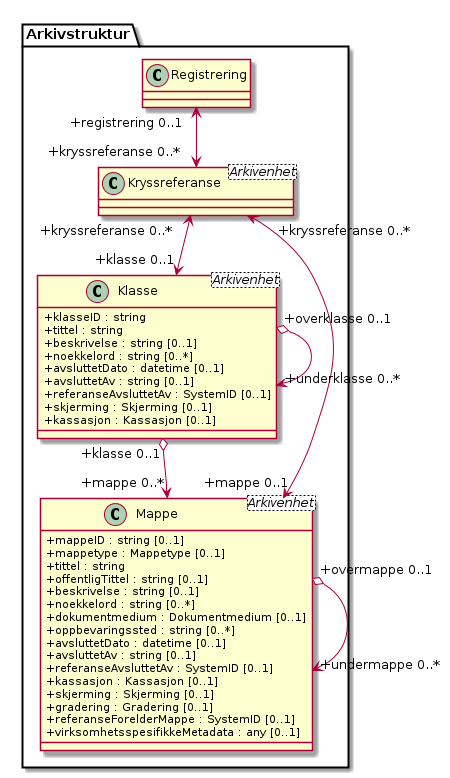
Above: kapitler/media/uml-arkivstruktur-kryssreferanse.png in arkivverket/noark5-tjenestegrensesnitt-standard (PlantUML), before the change.
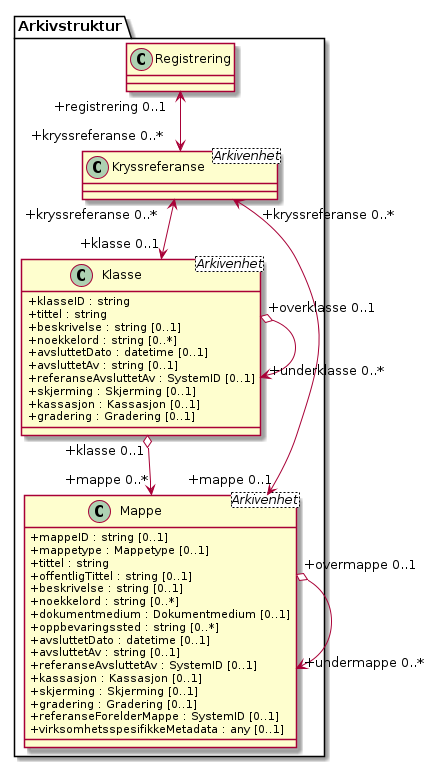
After the change.

The edit, as a diff of the source:
```diff
@@ -10,6 +10,7 @@
   +referanseAvsluttetAv : SystemID [0..1]
   +skjerming : Skjerming [0..1]
   +kassasjon : Kassasjon [0..1]
+  +gradering : Gradering [0..1]
 }
 class Arkivstruktur.Mappe <Arkivenhet> {
   +mappeID : string [0..1]
```
